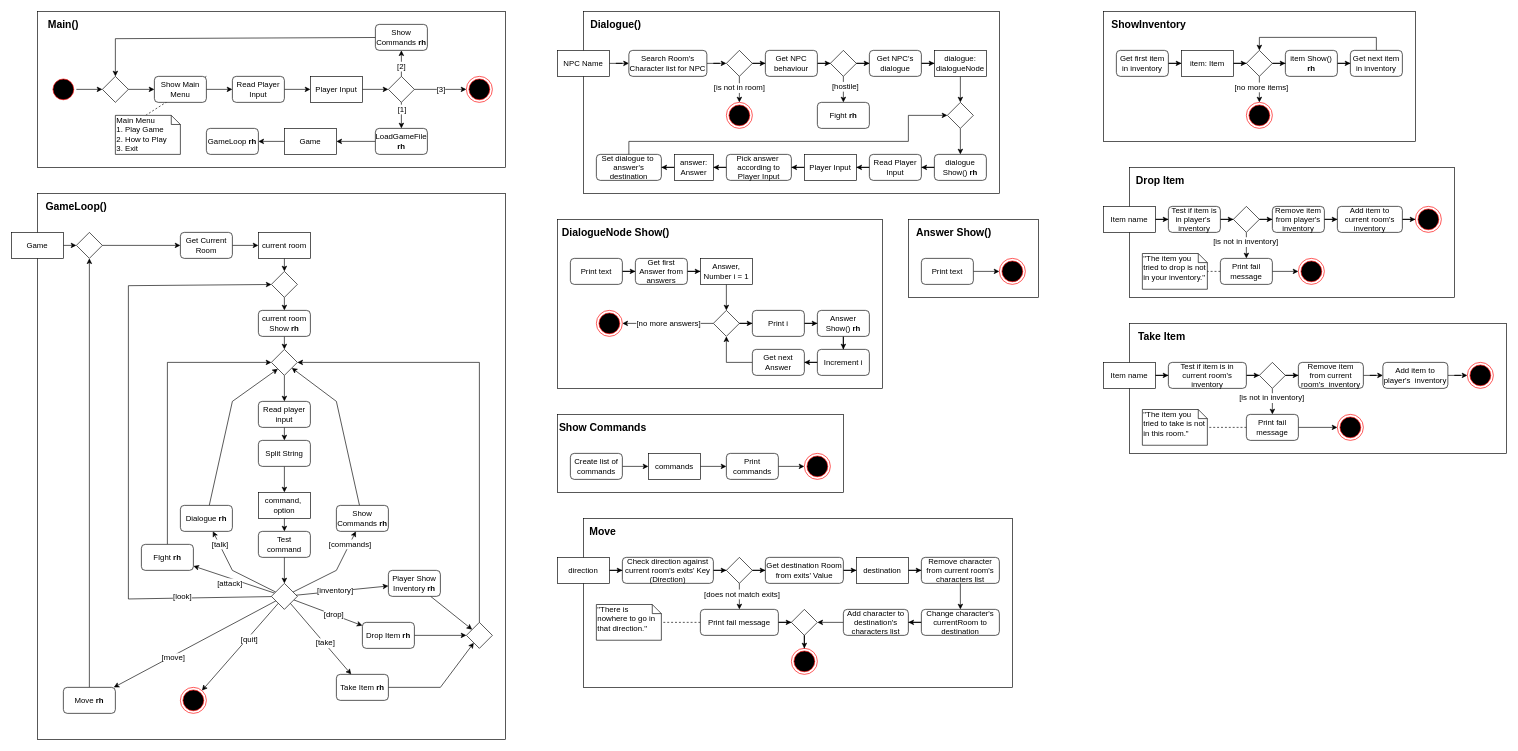
The draw.io diagram page "Activities" (3 of 3) of Diagrams/Legends of Antir Diagrams.drawio in qogoist/LegendsOfAntir, before the edit. Source tidied: cells renumbered, new cells numbered last; positions are measured from the earlier drawing's top-left corner, leaving out a move shared by most shapes. Both pictures are drawn from the tidied source at 65%, with x=0, y=0 at pixel (11, 11).
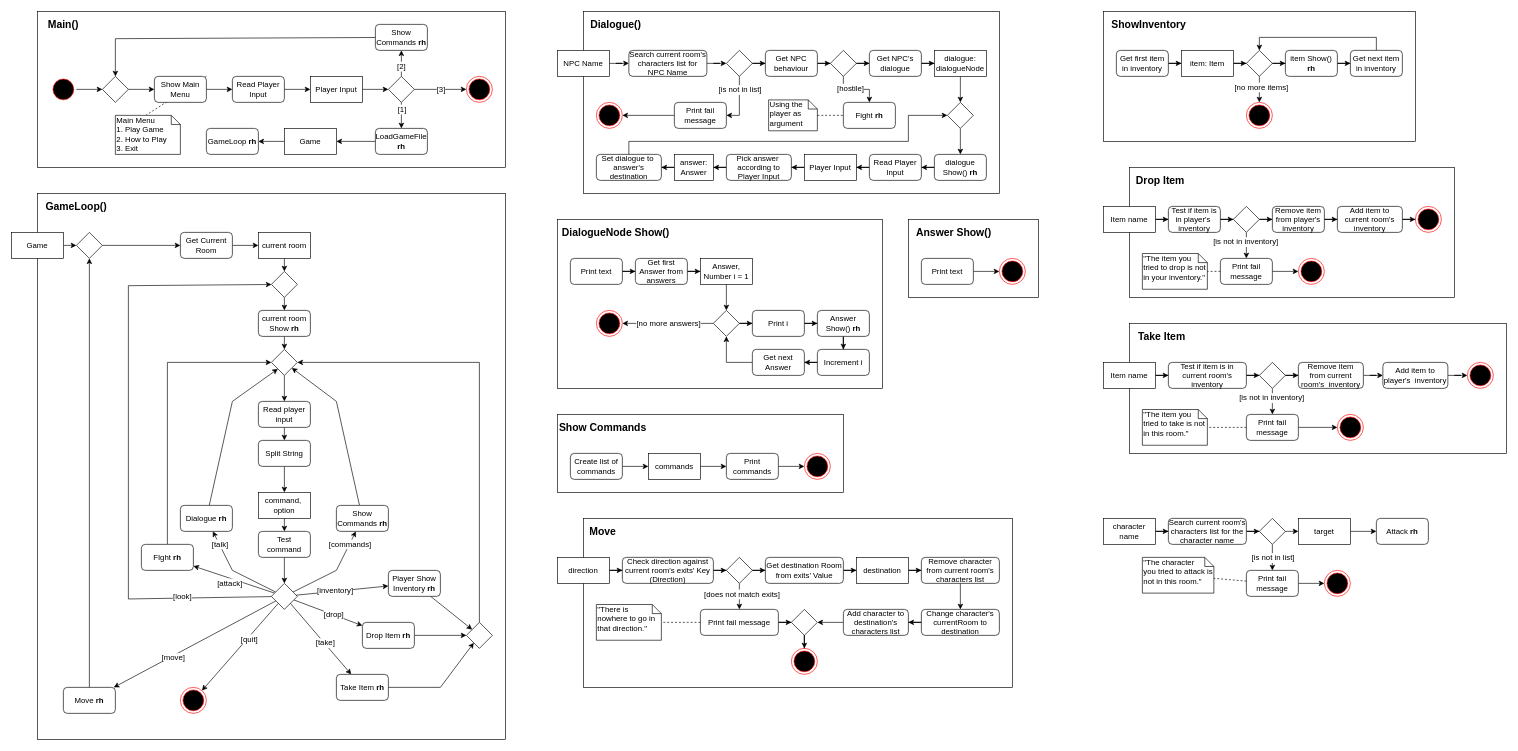
The same page after the edit.

Unchanged cells that the change refers to:
```xml
<mxCell id="101" style="rhombus;whiteSpace=wrap;html=1;fillColor=#ffffff;fontSize=12;" parent="1" vertex="1">
  <mxGeometry x="1100" y="60" width="40" height="40" as="geometry" />
</mxCell>
```

What changed in the source:
```diff
@@
-    <mxCell id="98" style="edgeStyle=none;rounded=0;jettySize=auto;html=1;endArrow=classic;endFill=1;fontSize=12;" parent="1" edge="1" source="101" target="102">
-      <mxGeometry relative="1" as="geometry" />
-    </mxCell>
-    <mxCell id="99" value="[is not in room]" style="text;html=1;align=center;verticalAlign=middle;labelBackgroundColor=#ffffff;" parent="98" vertex="1">
-      <mxGeometry x="-0.17" y="-1" relative="1" as="geometry" />
-    </mxCell>
@@
+    <mxCell id="245" style="edgeStyle=orthogonalEdgeStyle;rounded=0;jettySize=auto;html=1;endArrow=classic;endFill=1;endSize=6;" parent="1" edge="1" source="101" target="250">
+      <mxGeometry relative="1" as="geometry">
+        <Array as="points">
+          <mxPoint x="1120" y="120" />
+          <mxPoint x="1120" y="120" />
+        </Array>
+      </mxGeometry>
+    </mxCell>
+    <mxCell id="246" value="[is not in list]" style="text;html=1;align=center;verticalAlign=middle;labelBackgroundColor=#ffffff;" parent="245" vertex="1">
+      <mxGeometry x="0.4" y="-1" relative="1" as="geometry">
+        <mxPoint x="1" y="-36" as="offset" />
+      </mxGeometry>
+    </mxCell>
@@
     <mxCell id="102" style="ellipse;html=1;shape=endState;fillColor=#000000;strokeColor=#ff0000;fontSize=12;" parent="1" vertex="1">
-      <mxGeometry x="1100" y="140" width="40" height="40" as="geometry" />
+      <mxGeometry x="900" y="140" width="40" height="40" as="geometry" />
     </mxCell>
@@
-    <mxCell id="104" value="Search Room's Character list for NPC" style="rounded=1;whiteSpace=wrap;html=1;" parent="1" vertex="1">
+    <mxCell id="104" value="Search current room's characters list for NPC Name" style="rounded=1;whiteSpace=wrap;html=1;" parent="1" vertex="1">
       <mxGeometry x="950" y="60" width="120" height="40" as="geometry" />
     </mxCell>
@@
     <mxCell id="111" value="Fight &lt;b&gt;rh&lt;/b&gt;" style="rounded=1;whiteSpace=wrap;html=1;" parent="1" vertex="1">
-      <mxGeometry x="1240" y="140" width="80" height="40" as="geometry" />
+      <mxGeometry x="1280" y="140" width="80" height="40" as="geometry" />
     </mxCell>
@@
+    <mxCell id="247" style="edgeStyle=orthogonalEdgeStyle;rounded=0;jettySize=auto;html=1;endArrow=classic;endFill=1;endSize=6;" parent="1" edge="1" source="248" target="254">
+      <mxGeometry relative="1" as="geometry" />
+    </mxCell>
+    <mxCell id="248" value="character name" style="rounded=0;whiteSpace=wrap;html=1;fillColor=#ffffff;fontSize=12;" parent="1" vertex="1">
+      <mxGeometry x="1680" y="780" width="80" height="40" as="geometry" />
+    </mxCell>
+    <mxCell id="249" style="edgeStyle=orthogonalEdgeStyle;rounded=0;jettySize=auto;html=1;endArrow=classic;endFill=1;endSize=6;" parent="1" edge="1" source="250" target="102">
+      <mxGeometry relative="1" as="geometry" />
+    </mxCell>
+    <mxCell id="250" value="Print fail message" style="rounded=1;whiteSpace=wrap;html=1;" parent="1" vertex="1">
+      <mxGeometry x="1020" y="140" width="80" height="40" as="geometry" />
+    </mxCell>
+    <mxCell id="251" style="edgeStyle=orthogonalEdgeStyle;rounded=0;jettySize=auto;html=1;endArrow=none;endFill=0;endSize=6;dashed=1;" parent="1" edge="1" source="252" target="111">
+      <mxGeometry relative="1" as="geometry" />
+    </mxCell>
+    <mxCell id="252" value="Using the &lt;br&gt;player as argument" style="shape=note;whiteSpace=wrap;html=1;size=14;verticalAlign=top;align=left;spacingTop=-6;fillColor=none;" parent="1" vertex="1">
+      <mxGeometry x="1165" y="136.2" width="75" height="47.5" as="geometry" />
+    </mxCell>
+    <mxCell id="253" style="edgeStyle=orthogonalEdgeStyle;rounded=0;jettySize=auto;html=1;endArrow=classic;endFill=1;endSize=6;" parent="1" edge="1" source="254" target="257">
+      <mxGeometry relative="1" as="geometry" />
+    </mxCell>
+    <mxCell id="254" value="Search current room's characters list for the character name" style="rounded=1;whiteSpace=wrap;html=1;" parent="1" vertex="1">
+      <mxGeometry x="1780" y="780" width="120" height="40" as="geometry" />
+    </mxCell>
+    <mxCell id="255" style="edgeStyle=orthogonalEdgeStyle;rounded=0;jettySize=auto;html=1;endArrow=classic;endFill=1;endSize=6;" parent="1" edge="1" source="257" target="260">
+      <mxGeometry relative="1" as="geometry">
+        <Array as="points">
+          <mxPoint x="1940" y="840" />
+          <mxPoint x="1940" y="840" />
+        </Array>
+      </mxGeometry>
+    </mxCell>
+    <mxCell id="256" value="[is not in list]" style="text;html=1;align=center;verticalAlign=middle;labelBackgroundColor=#ffffff;" parent="255" vertex="1">
+      <mxGeometry x="0.28" y="3" relative="1" as="geometry">
+        <mxPoint x="-3" y="-6" as="offset" />
+      </mxGeometry>
+    </mxCell>
+    <mxCell id="257" style="rhombus;whiteSpace=wrap;html=1;fillColor=#ffffff;fontSize=12;" parent="1" vertex="1">
+      <mxGeometry x="1920" y="780" width="40" height="40" as="geometry" />
+    </mxCell>
+    <mxCell id="258" style="rounded=0;jettySize=auto;html=1;endArrow=none;endFill=0;dashed=1;" parent="1" edge="1" source="260" target="261">
+      <mxGeometry relative="1" as="geometry" />
+    </mxCell>
+    <mxCell id="259" style="edgeStyle=orthogonalEdgeStyle;rounded=0;jettySize=auto;html=1;endArrow=classic;endFill=1;endSize=6;" parent="1" edge="1" source="260" target="266">
+      <mxGeometry relative="1" as="geometry">
+        <Array as="points">
+          <mxPoint x="1990" y="880" />
+          <mxPoint x="1990" y="880" />
+        </Array>
+      </mxGeometry>
+    </mxCell>
+    <mxCell id="260" value="Print fail message" style="rounded=1;whiteSpace=wrap;html=1;" parent="1" vertex="1">
+      <mxGeometry x="1900" y="860" width="80" height="40" as="geometry" />
+    </mxCell>
+    <mxCell id="261" value="&quot;The character &lt;br&gt;you tried to attack is not in this room.&quot;" style="shape=note;whiteSpace=wrap;html=1;size=14;verticalAlign=top;align=left;spacingTop=-6;fillColor=none;" parent="1" vertex="1">
+      <mxGeometry x="1740" y="840" width="110" height="55" as="geometry" />
+    </mxCell>
+    <mxCell id="262" value="Attack &lt;b&gt;rh&lt;/b&gt;" style="rounded=1;whiteSpace=wrap;html=1;" parent="1" vertex="1">
+      <mxGeometry x="2100" y="780" width="80" height="40" as="geometry" />
+    </mxCell>
+    <mxCell id="263" style="edgeStyle=orthogonalEdgeStyle;rounded=0;jettySize=auto;html=1;endArrow=classic;endFill=1;endSize=6;" parent="1" edge="1" source="264" target="262">
+      <mxGeometry relative="1" as="geometry" />
+    </mxCell>
+    <mxCell id="264" value="target" style="rounded=0;whiteSpace=wrap;html=1;fillColor=#ffffff;fontSize=12;" parent="1" vertex="1">
+      <mxGeometry x="1980" y="780" width="80" height="40" as="geometry" />
+    </mxCell>
+    <mxCell id="265" style="edgeStyle=orthogonalEdgeStyle;rounded=0;jettySize=auto;html=1;endArrow=classic;endFill=1;endSize=6;" parent="1" edge="1" source="257" target="264">
+      <mxGeometry relative="1" as="geometry">
+        <Array as="points">
+          <mxPoint x="1990" y="800" />
+          <mxPoint x="1990" y="800" />
+        </Array>
+      </mxGeometry>
+    </mxCell>
+    <mxCell id="266" style="ellipse;html=1;shape=endState;fillColor=#000000;strokeColor=#ff0000;fontSize=12;" parent="1" vertex="1">
+      <mxGeometry x="2020" y="860" width="40" height="40" as="geometry" />
+    </mxCell>
```
